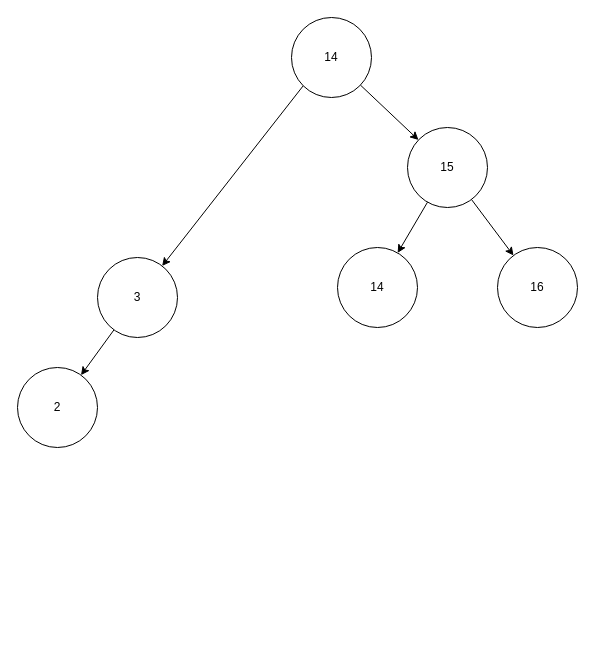
Earlier version of the draw.io diagram als2/bst.drawio (davert0/lessons). Source tidied: cells renumbered, new cells numbered last; positions are measured from the earlier drawing's top-left corner, leaving out a move shared by most shapes. Both pictures are drawn from the tidied source at 100%, with x=0, y=0 at pixel (17, 17).
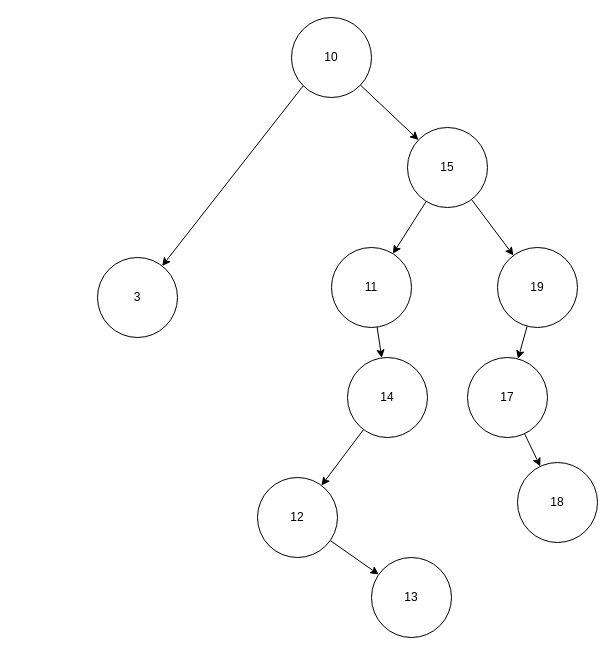
The same page after the edit.

The change refers to these unchanged cells:
```xml
<mxCell id="10" value="3" style="ellipse;whiteSpace=wrap;html=1;" parent="1" vertex="1">
  <mxGeometry x="80" y="240" width="80" height="80" as="geometry" />
</mxCell>
```

Change to the diagram source:
```diff
@@
-    <mxCell id="4" value="14" style="ellipse;whiteSpace=wrap;html=1;" parent="1" vertex="1">
+    <mxCell id="4" value="10" style="ellipse;whiteSpace=wrap;html=1;" parent="1" vertex="1">
       <mxGeometry x="274" width="80" height="80" as="geometry" />
     </mxCell>
@@
+    <mxCell id="13" style="edgeStyle=none;html=1;" parent="1" edge="1" source="8" target="18">
+      <mxGeometry relative="1" as="geometry" />
+    </mxCell>
-    <mxCell id="8" value="14" style="ellipse;whiteSpace=wrap;html=1;" parent="1" vertex="1">
-      <mxGeometry x="320" y="230" width="80" height="80" as="geometry" />
+    <mxCell id="8" value="11" style="ellipse;whiteSpace=wrap;html=1;" parent="1" vertex="1">
+      <mxGeometry x="314" y="230" width="80" height="80" as="geometry" />
     </mxCell>
-    <mxCell id="9" style="edgeStyle=none;html=1;" parent="1" edge="1" source="10" target="11">
-      <mxGeometry relative="1" as="geometry" />
-    </mxCell>
@@
-    <mxCell id="11" value="2" style="ellipse;whiteSpace=wrap;html=1;" parent="1" vertex="1">
-      <mxGeometry y="350" width="80" height="80" as="geometry" />
-    </mxCell>
+    <mxCell id="14" style="edgeStyle=none;html=1;" parent="1" edge="1" source="12" target="16">
+      <mxGeometry relative="1" as="geometry" />
+    </mxCell>
-    <mxCell id="12" value="16" style="ellipse;whiteSpace=wrap;html=1;" parent="1" vertex="1">
+    <mxCell id="12" value="19" style="ellipse;whiteSpace=wrap;html=1;" parent="1" vertex="1">
       <mxGeometry x="480" y="230" width="80" height="80" as="geometry" />
     </mxCell>
+    <mxCell id="15" style="edgeStyle=none;html=1;" parent="1" edge="1" source="16" target="19">
+      <mxGeometry relative="1" as="geometry" />
+    </mxCell>
+    <mxCell id="16" value="17" style="ellipse;whiteSpace=wrap;html=1;" parent="1" vertex="1">
+      <mxGeometry x="450" y="340" width="80" height="80" as="geometry" />
+    </mxCell>
+    <mxCell id="17" style="edgeStyle=none;html=1;" parent="1" edge="1" source="18" target="21">
+      <mxGeometry relative="1" as="geometry" />
+    </mxCell>
+    <mxCell id="18" value="14" style="ellipse;whiteSpace=wrap;html=1;" parent="1" vertex="1">
+      <mxGeometry x="330" y="340" width="80" height="80" as="geometry" />
+    </mxCell>
+    <mxCell id="19" value="18" style="ellipse;whiteSpace=wrap;html=1;" parent="1" vertex="1">
+      <mxGeometry x="500" y="445" width="80" height="80" as="geometry" />
+    </mxCell>
+    <mxCell id="20" style="edgeStyle=none;html=1;" parent="1" edge="1" source="21" target="22">
+      <mxGeometry relative="1" as="geometry" />
+    </mxCell>
+    <mxCell id="21" value="12" style="ellipse;whiteSpace=wrap;html=1;" parent="1" vertex="1">
+      <mxGeometry x="240" y="460" width="80" height="80" as="geometry" />
+    </mxCell>
+    <mxCell id="22" value="13" style="ellipse;whiteSpace=wrap;html=1;" parent="1" vertex="1">
+      <mxGeometry x="354" y="540" width="80" height="80" as="geometry" />
+    </mxCell>
```
